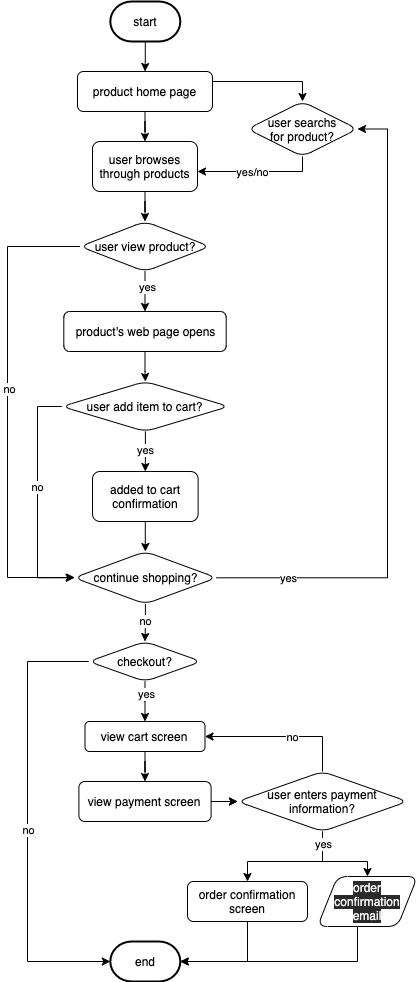
This is explore/diagramming/diagram.drawio.png from dorothyychou/fa21-cse110-lab4, a draw.io export, as it was before one commit. Source tidied: cells renumbered, new cells last; positions are measured from the earlier drawing's top-left corner, leaving out a move shared by most shapes.
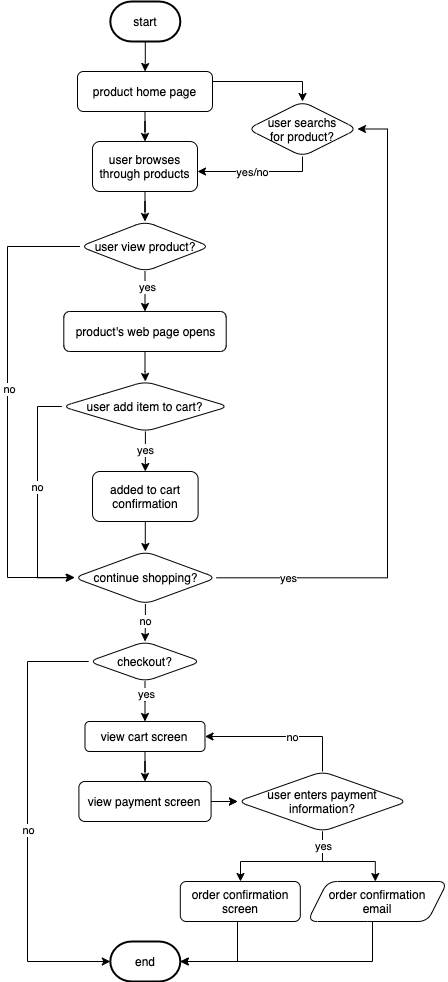
Later version of the same file.

Diff of the diagram source:
```diff
@@ -160,16 +160,16 @@
       <mxGeometry relative="1" as="geometry">
         <Array as="points">
           <mxPoint x="315" y="860" />
-          <mxPoint x="240" y="860" />
+          <mxPoint x="233" y="860" />
         </Array>
       </mxGeometry>
     </mxCell>
-    <mxCell id="42" style="edgeStyle=orthogonalEdgeStyle;rounded=0;jettySize=auto;html=1;" parent="1" edge="1" source="46">
+    <mxCell id="42" style="edgeStyle=orthogonalEdgeStyle;rounded=0;jettySize=auto;html=1;entryX=0.5;entryY=0;entryDx=0;entryDy=0;" parent="1" edge="1" source="46">
       <mxGeometry relative="1" as="geometry">
-        <mxPoint x="360" y="875" as="targetPoint" />
+        <mxPoint x="367.8" y="880" as="targetPoint" />
         <Array as="points">
           <mxPoint x="315" y="860" />
-          <mxPoint x="360" y="860" />
+          <mxPoint x="368" y="860" />
         </Array>
       </mxGeometry>
     </mxCell>
@@ -194,23 +194,23 @@
     <mxCell id="47" style="edgeStyle=orthogonalEdgeStyle;rounded=0;jettySize=auto;html=1;" parent="1" edge="1" source="48" target="40">
       <mxGeometry relative="1" as="geometry">
         <Array as="points">
-          <mxPoint x="240" y="960" />
+          <mxPoint x="230" y="960" />
         </Array>
       </mxGeometry>
     </mxCell>
     <mxCell id="48" value="order confirmation screen" style="whiteSpace=wrap;html=1;rounded=1;dashed=0;" parent="1" vertex="1">
-      <mxGeometry x="180" y="880" width="120" height="40" as="geometry" />
+      <mxGeometry x="172.8" y="880" width="120" height="40" as="geometry" />
     </mxCell>
-    <mxCell id="49" style="edgeStyle=orthogonalEdgeStyle;rounded=0;jettySize=auto;html=1;exitX=0.5;exitY=1;exitDx=0;exitDy=0;" parent="1" edge="1" source="50" target="40">
+    <mxCell id="49" style="edgeStyle=orthogonalEdgeStyle;rounded=0;jettySize=auto;html=1;exitX=0.438;exitY=1;exitDx=0;exitDy=0;exitPerimeter=0;" parent="1" edge="1" source="50" target="40">
       <mxGeometry relative="1" as="geometry">
         <Array as="points">
-          <mxPoint x="350" y="925" />
-          <mxPoint x="350" y="960" />
+          <mxPoint x="365" y="920" />
+          <mxPoint x="365" y="960" />
         </Array>
       </mxGeometry>
     </mxCell>
-    <mxCell id="50" value="&lt;meta charset=&quot;utf-8&quot;&gt;&lt;span style=&quot;color: rgb(240, 240, 240); font-family: helvetica; font-size: 12px; font-style: normal; font-weight: 400; letter-spacing: normal; text-align: center; text-indent: 0px; text-transform: none; word-spacing: 0px; background-color: rgb(42, 42, 42); display: inline; float: none;&quot;&gt;order&lt;/span&gt;&lt;br style=&quot;color: rgb(240, 240, 240); font-family: helvetica; font-size: 12px; font-style: normal; font-weight: 400; letter-spacing: normal; text-align: center; text-indent: 0px; text-transform: none; word-spacing: 0px; background-color: rgb(42, 42, 42);&quot;&gt;&lt;span style=&quot;color: rgb(240, 240, 240); font-family: helvetica; font-size: 12px; font-style: normal; font-weight: 400; letter-spacing: normal; text-align: center; text-indent: 0px; text-transform: none; word-spacing: 0px; background-color: rgb(42, 42, 42); display: inline; float: none;&quot;&gt;confirmation&lt;/span&gt;&lt;br style=&quot;color: rgb(240, 240, 240); font-family: helvetica; font-size: 12px; font-style: normal; font-weight: 400; letter-spacing: normal; text-align: center; text-indent: 0px; text-transform: none; word-spacing: 0px; background-color: rgb(42, 42, 42);&quot;&gt;&lt;span style=&quot;color: rgb(240, 240, 240); font-family: helvetica; font-size: 12px; font-style: normal; font-weight: 400; letter-spacing: normal; text-align: center; text-indent: 0px; text-transform: none; word-spacing: 0px; background-color: rgb(42, 42, 42); display: inline; float: none;&quot;&gt;email&lt;/span&gt;" style="shape=parallelogram;perimeter=parallelogramPerimeter;whiteSpace=wrap;html=1;dashed=0;rounded=1;" parent="1" vertex="1">
-      <mxGeometry x="310" y="875" width="100" height="50" as="geometry" />
+    <mxCell id="50" value="&lt;span&gt;order confirmation&lt;br&gt;email&lt;/span&gt;" style="shape=parallelogram;perimeter=parallelogramPerimeter;whiteSpace=wrap;html=1;fixedSize=1;size=20;rounded=1;" parent="1" vertex="1">
+      <mxGeometry x="300" y="880" width="140" height="40" as="geometry" />
     </mxCell>
   </root>
 </mxGraphModel>
```
